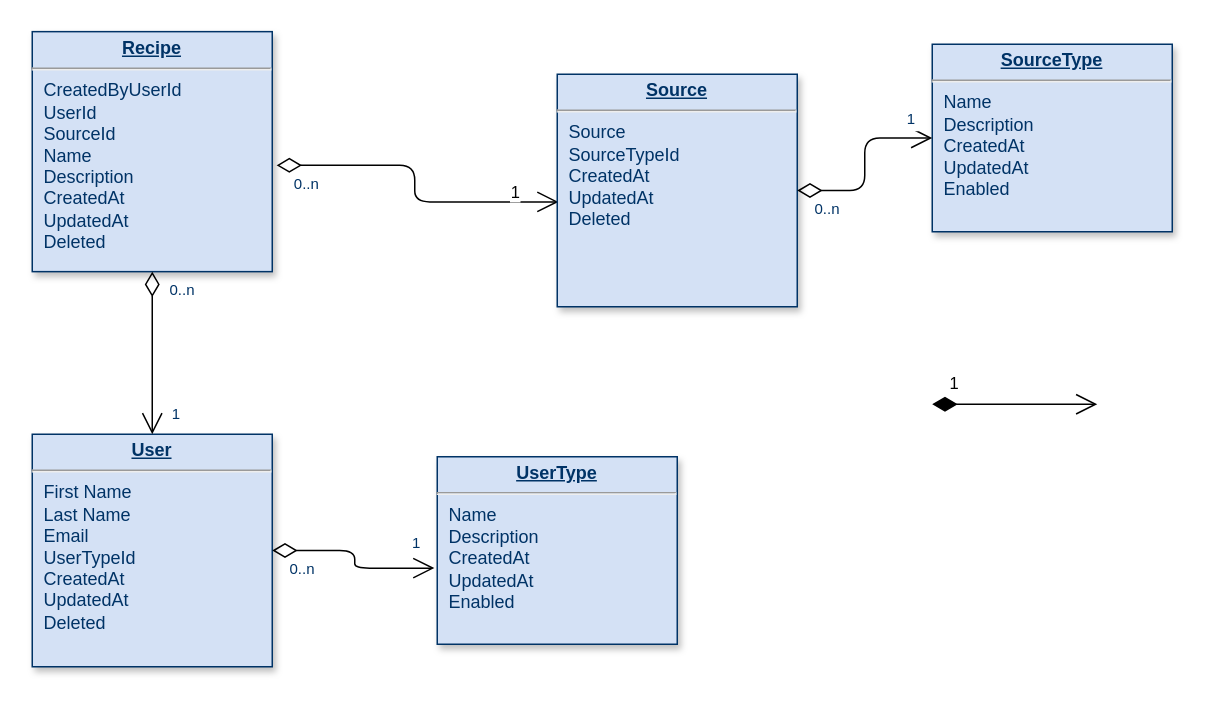
Earlier version of the draw.io diagram Untitled Diagram.drawio (cafc4nick/RecipeAPI). Source tidied: cells renumbered, new cells numbered last; positions are measured from the earlier drawing's top-left corner, leaving out a move shared by most shapes. Both pictures are drawn from the tidied source at 150%, with x=0, y=0 at pixel (32, 32).
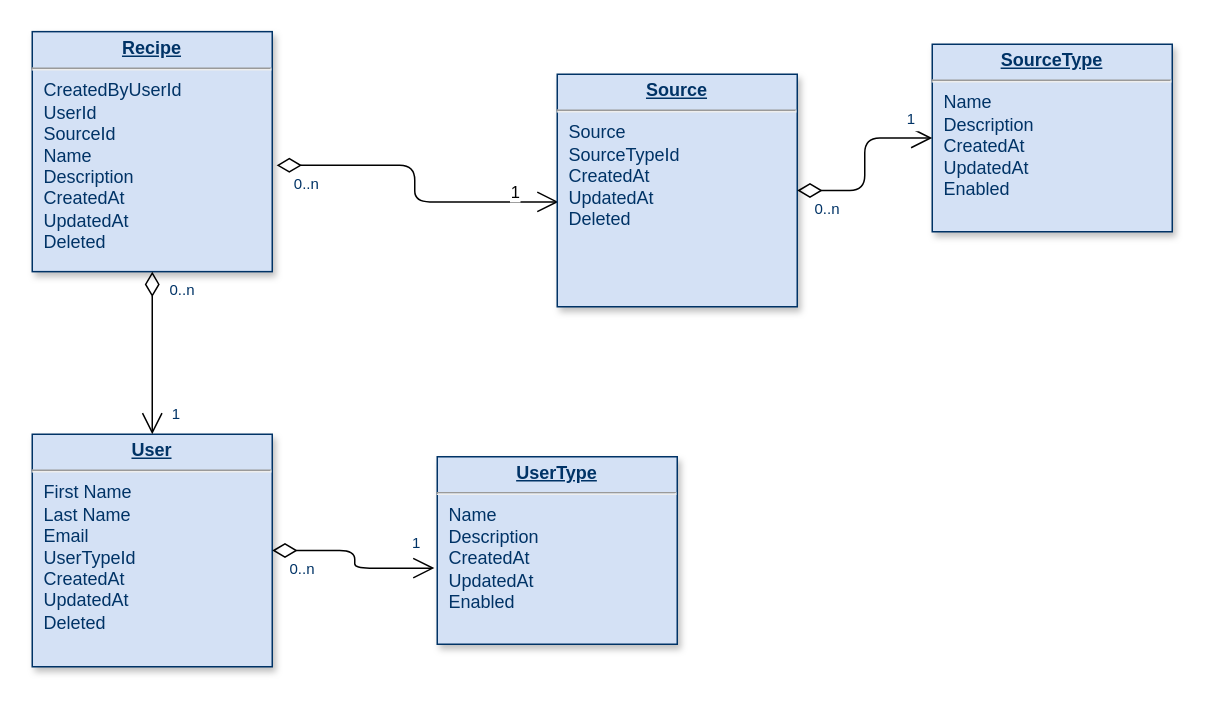
Above is the later version.

Change to the diagram source:
```diff
@@
-    <mxCell id="8" value="1" style="endArrow=open;endSize=12;startArrow=diamondThin;startSize=14;startFill=1;edgeStyle=orthogonalEdgeStyle;align=left;verticalAlign=bottom;" parent="1" edge="1">
-      <mxGeometry x="-0.82" y="5" relative="1" as="geometry">
-        <mxPoint x="600" y="248" as="sourcePoint" />
-        <mxPoint x="710" y="248" as="targetPoint" />
-      </mxGeometry>
-    </mxCell>
```
